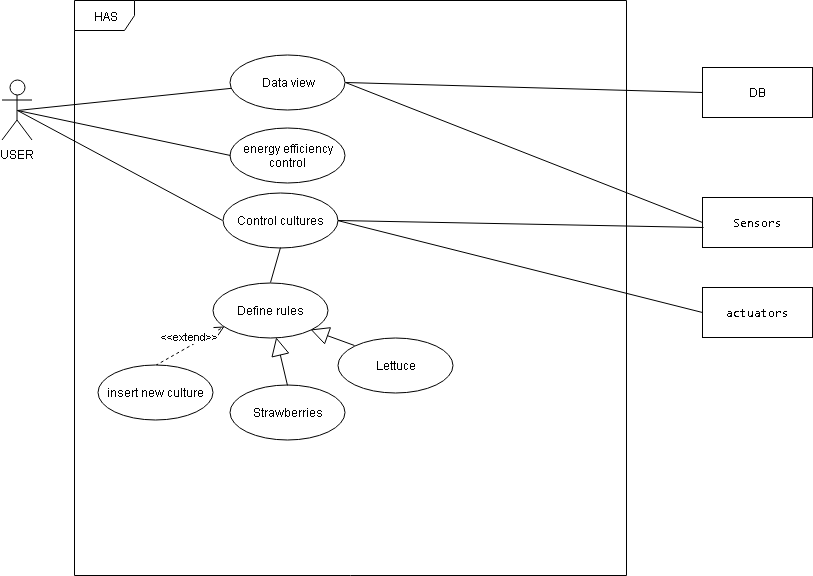
The draw.io diagram Images/Diagrama de Casos de Uso.png in Fabio-Morais/Green-Ponic, before a commit. Source tidied: cells renumbered, new cells last; positions are measured from the earlier drawing's top-left corner, leaving out a move shared by most shapes.
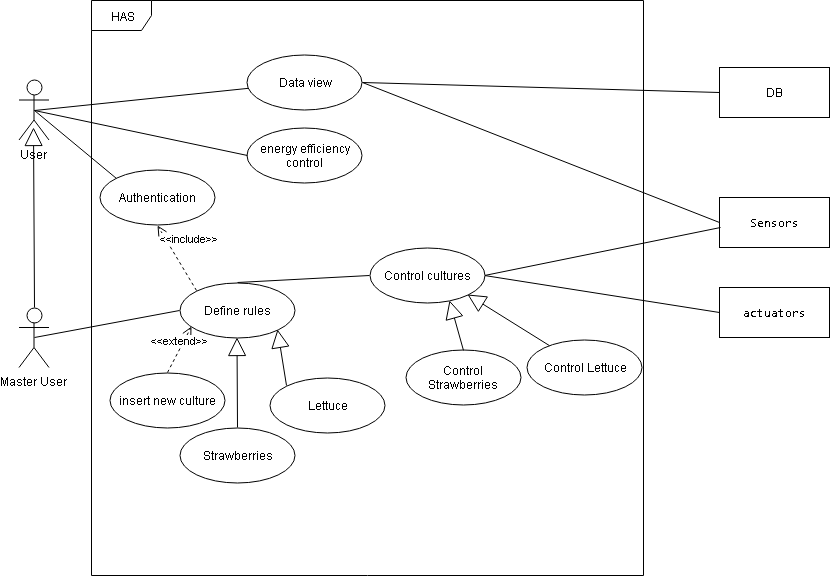
The same file after the commit.

What changed in the source:
```diff
@@ -5,7 +5,7 @@
     <mxCell id="2" value="HAS" style="shape=umlFrame;whiteSpace=wrap;html=1;" parent="1" vertex="1">
       <mxGeometry x="72" width="552" height="575" as="geometry" />
     </mxCell>
-    <mxCell id="3" value="USER&lt;br&gt;" style="shape=umlActor;verticalLabelPosition=bottom;labelBackgroundColor=#ffffff;verticalAlign=top;html=1;" parent="1" vertex="1">
+    <mxCell id="3" value="User&lt;br&gt;" style="shape=umlActor;verticalLabelPosition=bottom;labelBackgroundColor=#ffffff;verticalAlign=top;html=1;" parent="1" vertex="1">
       <mxGeometry x="-0.5" y="79.5" width="30" height="60" as="geometry" />
     </mxCell>
     <mxCell id="4" value="&lt;pre id=&quot;tw-target-text&quot; dir=&quot;ltr&quot;&gt;&lt;span tabindex=&quot;0&quot; lang=&quot;en&quot;&gt;Sensors&lt;/span&gt;&lt;/pre&gt;" style="html=1;" parent="1" vertex="1">
@@ -17,13 +17,8 @@
     <mxCell id="6" value="Data view&lt;br&gt;" style="ellipse;whiteSpace=wrap;html=1;" parent="1" vertex="1">
       <mxGeometry x="227.5" y="54.5" width="115" height="55" as="geometry" />
     </mxCell>
-    <mxCell id="7" style="edgeStyle=orthogonalEdgeStyle;rounded=0;jettySize=auto;html=1;exitX=1;exitY=0.5;exitDx=0;exitDy=0;entryX=0;entryY=0.5;entryDx=0;entryDy=0;endArrow=ERmandOne;endFill=0;strokeColor=none;" parent="1" edge="1" target="5">
-      <mxGeometry relative="1" as="geometry">
-        <mxPoint x="330" y="207" as="sourcePoint" />
-      </mxGeometry>
-    </mxCell>
     <mxCell id="8" value="Define rules&lt;br&gt;" style="ellipse;whiteSpace=wrap;html=1;" parent="1" vertex="1">
-      <mxGeometry x="210" y="282" width="115" height="55" as="geometry" />
+      <mxGeometry x="160" y="282" width="115" height="55" as="geometry" />
     </mxCell>
     <mxCell id="9" style="endArrow=none;html=1;shadow=0;strokeColor=#000000;entryX=0.5;entryY=0.5;entryDx=0;entryDy=0;entryPerimeter=0;" parent="1" edge="1" source="6" target="3">
       <mxGeometry relative="1" as="geometry" />
@@ -38,10 +33,10 @@
       <mxGeometry relative="1" as="geometry" />
     </mxCell>
     <mxCell id="13" value="Lettuce&lt;br&gt;" style="ellipse;whiteSpace=wrap;html=1;" parent="1" vertex="1">
-      <mxGeometry x="335" y="337" width="115" height="55" as="geometry" />
+      <mxGeometry x="250" y="377" width="115" height="55" as="geometry" />
     </mxCell>
     <mxCell id="14" value="Strawberries&lt;br&gt;" style="ellipse;whiteSpace=wrap;html=1;" parent="1" vertex="1">
-      <mxGeometry x="227.5" y="384.5" width="115" height="55" as="geometry" />
+      <mxGeometry x="160" y="427" width="115" height="55" as="geometry" />
     </mxCell>
     <mxCell id="15" style="endArrow=block;endSize=16;endFill=0;html=1;exitX=0.5;exitY=0;exitDx=0;exitDy=0;" parent="1" edge="1" source="14" target="8">
       <mxGeometry relative="1" as="geometry" />
@@ -59,7 +54,7 @@
       <mxGeometry relative="1" as="geometry" />
     </mxCell>
     <mxCell id="20" value="&lt;span&gt;insert new culture&lt;/span&gt;&lt;br&gt;" style="ellipse;whiteSpace=wrap;html=1;" parent="1" vertex="1">
-      <mxGeometry x="95" y="364.5" width="115" height="55" as="geometry" />
+      <mxGeometry x="90" y="372" width="115" height="55" as="geometry" />
     </mxCell>
     <mxCell id="21" value="&lt;span&gt;energy efficiency control&lt;/span&gt;&lt;br&gt;" style="ellipse;whiteSpace=wrap;html=1;" parent="1" vertex="1">
       <mxGeometry x="227.5" y="127" width="115" height="55" as="geometry" />
@@ -68,13 +63,40 @@
       <mxGeometry relative="1" as="geometry" />
     </mxCell>
     <mxCell id="23" value="&lt;span&gt;Control cultures&lt;/span&gt;&lt;br&gt;" style="ellipse;whiteSpace=wrap;html=1;" parent="1" vertex="1">
-      <mxGeometry x="220" y="192" width="115" height="55" as="geometry" />
+      <mxGeometry x="350" y="247" width="115" height="55" as="geometry" />
     </mxCell>
-    <mxCell id="24" style="endArrow=none;html=1;shadow=0;strokeColor=#000000;entryX=0.5;entryY=0.5;entryDx=0;entryDy=0;entryPerimeter=0;exitX=0;exitY=0.5;exitDx=0;exitDy=0;" parent="1" edge="1" source="23" target="3">
-      <mxGeometry relative="1" as="geometry" />
-    </mxCell>
-    <mxCell id="25" style="endArrow=none;html=1;shadow=0;strokeColor=#000000;entryX=0.5;entryY=0;entryDx=0;entryDy=0;exitX=0.5;exitY=1;exitDx=0;exitDy=0;" parent="1" edge="1" source="23" target="8">
+    <mxCell id="25" style="endArrow=none;html=1;shadow=0;strokeColor=#000000;entryX=0.5;entryY=0;entryDx=0;entryDy=0;exitX=0;exitY=0.5;exitDx=0;exitDy=0;" parent="1" edge="1" source="23" target="8">
       <mxGeometry relative="1" as="geometry" />
     </mxCell>
+    <mxCell id="26" value="Control Strawberries&lt;br&gt;" style="ellipse;whiteSpace=wrap;html=1;" parent="1" vertex="1">
+      <mxGeometry x="386" y="349.5" width="115" height="55" as="geometry" />
+    </mxCell>
+    <mxCell id="27" value="Control Lettuce&lt;br&gt;" style="ellipse;whiteSpace=wrap;html=1;" parent="1" vertex="1">
+      <mxGeometry x="507.5" y="339.5" width="115" height="55" as="geometry" />
+    </mxCell>
+    <mxCell id="28" style="endArrow=block;endSize=16;endFill=0;html=1;entryX=1;entryY=1;entryDx=0;entryDy=0;" parent="1" edge="1" source="27" target="23">
+      <mxGeometry relative="1" as="geometry" />
+    </mxCell>
+    <mxCell id="29" style="endArrow=block;endSize=16;endFill=0;html=1;exitX=0.5;exitY=0;exitDx=0;exitDy=0;entryX=0.696;entryY=0.964;entryDx=0;entryDy=0;entryPerimeter=0;" parent="1" edge="1" source="26" target="23">
+      <mxGeometry relative="1" as="geometry" />
+    </mxCell>
+    <mxCell id="30" value="Master User&lt;br&gt;" style="shape=umlActor;verticalLabelPosition=bottom;labelBackgroundColor=#ffffff;verticalAlign=top;html=1;" parent="1" vertex="1">
+      <mxGeometry x="-0.5" y="307" width="30" height="60" as="geometry" />
+    </mxCell>
+    <mxCell id="31" value="Authentication&lt;br&gt;" style="ellipse;whiteSpace=wrap;html=1;" parent="1" vertex="1">
+      <mxGeometry x="80" y="169.5" width="115" height="55" as="geometry" />
+    </mxCell>
+    <mxCell id="32" style="endArrow=none;html=1;shadow=0;strokeColor=#000000;entryX=0.5;entryY=0.5;entryDx=0;entryDy=0;entryPerimeter=0;exitX=0;exitY=0;exitDx=0;exitDy=0;" parent="1" edge="1" source="31" target="3">
+      <mxGeometry relative="1" as="geometry" />
+    </mxCell>
+    <mxCell id="33" style="endArrow=block;endSize=16;endFill=0;html=1;exitX=0.5;exitY=0;exitDx=0;exitDy=0;exitPerimeter=0;entryX=0.483;entryY=0.792;entryDx=0;entryDy=0;entryPerimeter=0;" parent="1" edge="1" source="30" target="3">
+      <mxGeometry relative="1" as="geometry" />
+    </mxCell>
+    <mxCell id="34" value="&amp;lt;&amp;lt;include&amp;gt;&amp;gt;&lt;br&gt;" style="html=1;verticalAlign=bottom;endArrow=open;dashed=1;endSize=8;exitX=0;exitY=0;exitDx=0;exitDy=0;entryX=0.5;entryY=1;entryDx=0;entryDy=0;" parent="1" edge="1" source="8" target="31">
+      <mxGeometry x="0.07" y="-16" relative="1" as="geometry" />
+    </mxCell>
+    <mxCell id="35" style="endArrow=none;html=1;shadow=0;strokeColor=#000000;entryX=0.5;entryY=0.5;entryDx=0;entryDy=0;exitX=0;exitY=0.5;exitDx=0;exitDy=0;entryPerimeter=0;" parent="1" edge="1" source="8" target="30">
+      <mxGeometry relative="1" as="geometry" />
+    </mxCell>
   </root>
 </mxGraphModel>
```
